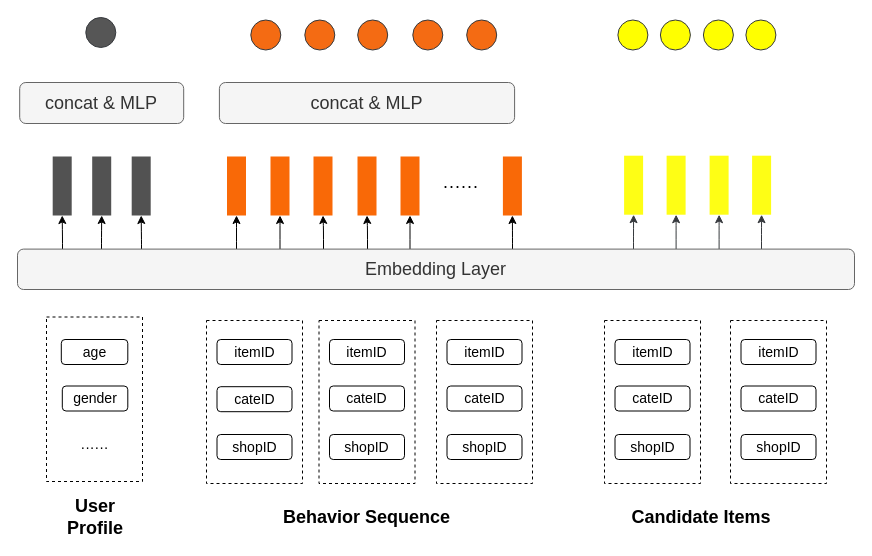
The draw.io diagram page "第 9 页" (9 of 9) of 未命名绘图.drawio in stargazer-zero/drawio-storage, before the edit. Source tidied: cells renumbered, new cells numbered last; positions are measured from the earlier drawing's top-left corner, leaving out a move shared by most shapes. Both pictures are drawn from the tidied source at 100%, with x=0, y=0 at pixel (17, 17).
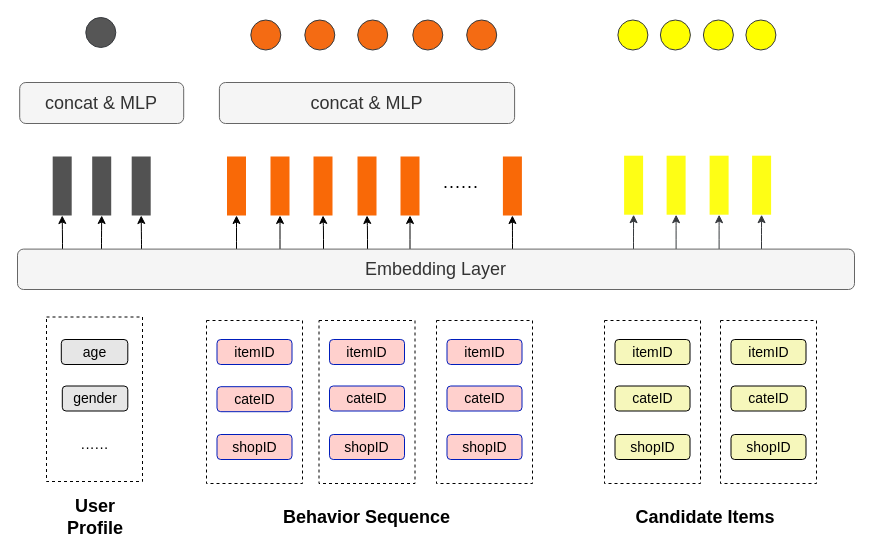
The same diagram, later.

Commit message:
更新未命名绘图.drawio

What changed in the source:
```diff
@@
     <mxCell id="33" value="Candidate Items" style="text;html=1;whiteSpace=wrap;strokeColor=none;fillColor=none;align=center;verticalAlign=middle;rounded=0;fontStyle=1;fontSize=18;" parent="1" vertex="1">
-      <mxGeometry x="543" y="485" width="281.7" height="30" as="geometry" />
+      <mxGeometry x="547" y="485" width="281.7" height="30" as="geometry" />
     </mxCell>
@@
-    <mxCell id="44" value="age" style="rounded=1;whiteSpace=wrap;html=1;fontSize=14;" parent="1" vertex="1">
+    <mxCell id="44" value="age" style="rounded=1;whiteSpace=wrap;html=1;fontSize=14;fillColor=#E6E6E6;" parent="1" vertex="1">
       <mxGeometry x="43.8" y="322" width="66.5" height="25" as="geometry" />
     </mxCell>
-    <mxCell id="45" value="gender" style="rounded=1;whiteSpace=wrap;html=1;fontSize=14;" parent="1" vertex="1">
+    <mxCell id="45" value="gender" style="rounded=1;whiteSpace=wrap;html=1;fontSize=14;fillColor=#E6E6E6;" parent="1" vertex="1">
       <mxGeometry x="44.8" y="368.5" width="65.5" height="25" as="geometry" />
     </mxCell>
@@
-    <mxCell id="50" value="itemID" style="rounded=1;whiteSpace=wrap;html=1;fontSize=14;" parent="1" vertex="1">
+    <mxCell id="50" value="itemID" style="rounded=1;whiteSpace=wrap;html=1;fontSize=14;fillColor=light-dark(#FFD0CD,#6DB2FF);fontColor=#000000;strokeColor=#001DBC;" parent="1" vertex="1">
       <mxGeometry x="199.5" y="322" width="75" height="25" as="geometry" />
     </mxCell>
-    <mxCell id="51" value="cateID" style="rounded=1;whiteSpace=wrap;html=1;fontSize=14;" parent="1" vertex="1">
+    <mxCell id="51" value="cateID" style="rounded=1;whiteSpace=wrap;html=1;fontSize=14;fillColor=light-dark(#FFD0CD,#6DB2FF);fontColor=#000000;strokeColor=#001DBC;" parent="1" vertex="1">
       <mxGeometry x="199.5" y="369.2" width="75" height="25" as="geometry" />
     </mxCell>
-    <mxCell id="52" value="shopID" style="rounded=1;whiteSpace=wrap;html=1;fontSize=14;" parent="1" vertex="1">
+    <mxCell id="52" value="shopID" style="rounded=1;whiteSpace=wrap;html=1;fontSize=14;fillColor=light-dark(#FFD0CD,#6DB2FF);fontColor=#000000;strokeColor=#001DBC;" parent="1" vertex="1">
       <mxGeometry x="199.5" y="417" width="75" height="25" as="geometry" />
     </mxCell>
@@
-    <mxCell id="54" value="itemID" style="rounded=1;whiteSpace=wrap;html=1;fontSize=14;" parent="1" vertex="1">
+    <mxCell id="54" value="itemID" style="rounded=1;whiteSpace=wrap;html=1;fontSize=14;fillColor=light-dark(#FFD0CD,#6DB2FF);fontColor=#000000;strokeColor=#001DBC;" parent="1" vertex="1">
       <mxGeometry x="312" y="322" width="75" height="25" as="geometry" />
     </mxCell>
-    <mxCell id="55" value="cateID" style="rounded=1;whiteSpace=wrap;html=1;fontSize=14;" parent="1" vertex="1">
+    <mxCell id="55" value="cateID" style="rounded=1;whiteSpace=wrap;html=1;fontSize=14;fillColor=light-dark(#FFD0CD,#6DB2FF);fontColor=#000000;strokeColor=#001DBC;" parent="1" vertex="1">
       <mxGeometry x="312" y="368.5" width="75" height="25" as="geometry" />
     </mxCell>
-    <mxCell id="56" value="shopID" style="rounded=1;whiteSpace=wrap;html=1;fontSize=14;" parent="1" vertex="1">
+    <mxCell id="56" value="shopID" style="rounded=1;whiteSpace=wrap;html=1;fontSize=14;fillColor=light-dark(#FFD0CD,#6DB2FF);fontColor=#000000;strokeColor=#001DBC;" parent="1" vertex="1">
       <mxGeometry x="312" y="417" width="75" height="25" as="geometry" />
     </mxCell>
@@
-    <mxCell id="58" value="itemID" style="rounded=1;whiteSpace=wrap;html=1;fontSize=14;" parent="1" vertex="1">
+    <mxCell id="58" value="itemID" style="rounded=1;whiteSpace=wrap;html=1;fontSize=14;fillColor=light-dark(#FFD0CD,#6DB2FF);fontColor=#000000;strokeColor=#001DBC;" parent="1" vertex="1">
       <mxGeometry x="429.5" y="322" width="75" height="25" as="geometry" />
     </mxCell>
-    <mxCell id="59" value="cateID" style="rounded=1;whiteSpace=wrap;html=1;fontSize=14;" parent="1" vertex="1">
+    <mxCell id="59" value="cateID" style="rounded=1;whiteSpace=wrap;html=1;fontSize=14;fillColor=light-dark(#FFD0CD,#6DB2FF);fontColor=#000000;strokeColor=#001DBC;" parent="1" vertex="1">
       <mxGeometry x="429.5" y="368.5" width="75" height="25" as="geometry" />
     </mxCell>
-    <mxCell id="60" value="shopID" style="rounded=1;whiteSpace=wrap;html=1;fontSize=14;" parent="1" vertex="1">
+    <mxCell id="60" value="shopID" style="rounded=1;whiteSpace=wrap;html=1;fontSize=14;fillColor=light-dark(#FFD0CD,#6DB2FF);fontColor=#000000;strokeColor=#001DBC;" parent="1" vertex="1">
       <mxGeometry x="429.5" y="417" width="75" height="25" as="geometry" />
     </mxCell>
@@
-    <mxCell id="62" value="itemID" style="rounded=1;whiteSpace=wrap;html=1;fontSize=14;" parent="1" vertex="1">
+    <mxCell id="62" value="itemID" style="rounded=1;whiteSpace=wrap;html=1;fontSize=14;fillColor=light-dark(#f6f7bb, #ededed);" parent="1" vertex="1">
       <mxGeometry x="597.5" y="322" width="75" height="25" as="geometry" />
     </mxCell>
-    <mxCell id="63" value="cateID" style="rounded=1;whiteSpace=wrap;html=1;fontSize=14;" parent="1" vertex="1">
+    <mxCell id="63" value="cateID" style="rounded=1;whiteSpace=wrap;html=1;fontSize=14;fillColor=light-dark(#f6f7bb, #ededed);" parent="1" vertex="1">
       <mxGeometry x="597.5" y="368.5" width="75" height="25" as="geometry" />
     </mxCell>
-    <mxCell id="64" value="shopID" style="rounded=1;whiteSpace=wrap;html=1;fontSize=14;" parent="1" vertex="1">
+    <mxCell id="64" value="shopID" style="rounded=1;whiteSpace=wrap;html=1;fontSize=14;fillColor=light-dark(#f6f7bb, #ededed);" parent="1" vertex="1">
       <mxGeometry x="597.5" y="417" width="75" height="25" as="geometry" />
     </mxCell>
     <mxCell id="65" style="rounded=0;whiteSpace=wrap;html=1;dashed=1;strokeWidth=1;" parent="1" vertex="1">
-      <mxGeometry x="713" y="303" width="96" height="163" as="geometry" />
+      <mxGeometry x="703" y="303" width="96" height="163" as="geometry" />
     </mxCell>
-    <mxCell id="66" value="itemID" style="rounded=1;whiteSpace=wrap;html=1;fontSize=14;" parent="1" vertex="1">
-      <mxGeometry x="723.5" y="322" width="75" height="25" as="geometry" />
+    <mxCell id="66" value="itemID" style="rounded=1;whiteSpace=wrap;html=1;fontSize=14;fillColor=light-dark(#f6f7bb, #ededed);" parent="1" vertex="1">
+      <mxGeometry x="713.5" y="322" width="75" height="25" as="geometry" />
     </mxCell>
-    <mxCell id="67" value="cateID" style="rounded=1;whiteSpace=wrap;html=1;fontSize=14;" parent="1" vertex="1">
-      <mxGeometry x="723.5" y="368.5" width="75" height="25" as="geometry" />
+    <mxCell id="67" value="cateID" style="rounded=1;whiteSpace=wrap;html=1;fontSize=14;fillColor=light-dark(#f6f7bb, #ededed);" parent="1" vertex="1">
+      <mxGeometry x="713.5" y="368.5" width="75" height="25" as="geometry" />
     </mxCell>
-    <mxCell id="68" value="shopID" style="rounded=1;whiteSpace=wrap;html=1;fontSize=14;" parent="1" vertex="1">
-      <mxGeometry x="723.5" y="417" width="75" height="25" as="geometry" />
+    <mxCell id="68" value="shopID" style="rounded=1;whiteSpace=wrap;html=1;fontSize=14;fillColor=light-dark(#f6f7bb, #ededed);" parent="1" vertex="1">
+      <mxGeometry x="713.5" y="417" width="75" height="25" as="geometry" />
     </mxCell>
```
